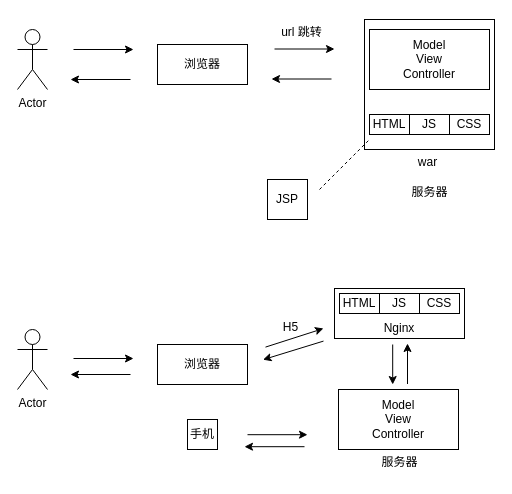
This is 技术介绍.drawio from lee11xx/picgo-img, a draw.io file, before an edit. Source tidied: cells renumbered, new cells numbered last; positions are measured from the earlier drawing's top-left corner, leaving out a move shared by most shapes. Both pictures are drawn from the tidied source at 100%, with x=0, y=0 at pixel (17, 17).
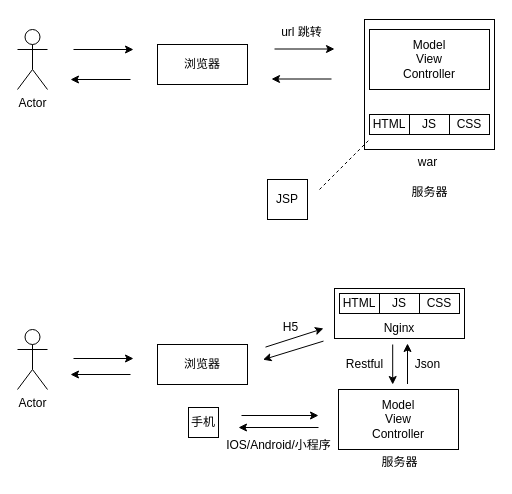
The same page after the edit.

Commit message (it also covers changes not shown here):
更新技术介绍.drawio

What changed in the source:
```diff
@@
     <mxCell id="33" value="手机" style="whiteSpace=wrap;html=1;" parent="1" vertex="1">
-      <mxGeometry x="170" y="402" width="30" height="30" as="geometry" />
+      <mxGeometry x="171" y="390" width="30" height="30" as="geometry" />
     </mxCell>
     <mxCell id="34" style="endArrow=classic;html=1;rounded=0;" parent="1" edge="1">
       <mxGeometry relative="1" as="geometry">
-        <mxPoint x="230" y="417.2" as="sourcePoint" />
-        <mxPoint x="290" y="417.2" as="targetPoint" />
+        <mxPoint x="224" y="398" as="sourcePoint" />
+        <mxPoint x="301" y="398" as="targetPoint" />
       </mxGeometry>
     </mxCell>
     <mxCell id="35" style="endArrow=classic;html=1;rounded=0;" parent="1" edge="1">
       <mxGeometry relative="1" as="geometry">
-        <mxPoint x="287" y="429.2" as="sourcePoint" />
-        <mxPoint x="227" y="429.2" as="targetPoint" />
+        <mxPoint x="301" y="410" as="sourcePoint" />
+        <mxPoint x="221" y="410" as="targetPoint" />
       </mxGeometry>
     </mxCell>
+    <mxCell id="36" value="Restful" style="text;html=1;align=center;verticalAlign=middle;strokeColor=none;fillColor=none;" parent="1" vertex="1">
+      <mxGeometry x="317" y="332" width="60" height="30" as="geometry" />
+    </mxCell>
+    <mxCell id="37" value="Json" style="text;html=1;align=center;verticalAlign=middle;strokeColor=none;fillColor=none;" parent="1" vertex="1">
+      <mxGeometry x="385" y="332" width="50" height="30" as="geometry" />
+    </mxCell>
+    <mxCell id="38" value="IOS/Android/小程序" style="text;html=1;align=center;verticalAlign=middle;strokeColor=none;fillColor=none;" parent="1" vertex="1">
+      <mxGeometry x="196" y="413" width="130" height="30" as="geometry" />
+    </mxCell>
```
